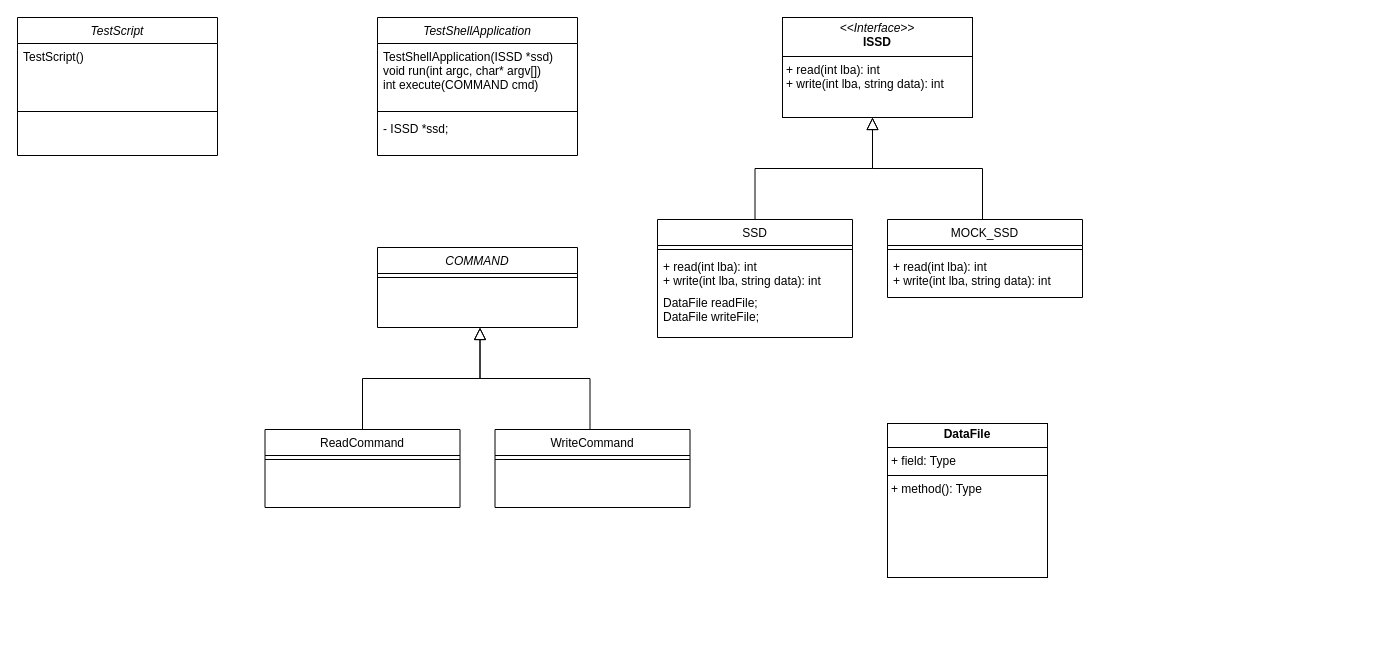
This is SSD_Project.drawio from ihchoi95/ssd_project, a draw.io file, before an edit. Source tidied: cells renumbered, new cells numbered last; positions are measured from the earlier drawing's top-left corner, leaving out a move shared by most shapes. Both pictures are drawn from the tidied source at 100%, with x=0, y=0 at pixel (17, 17).
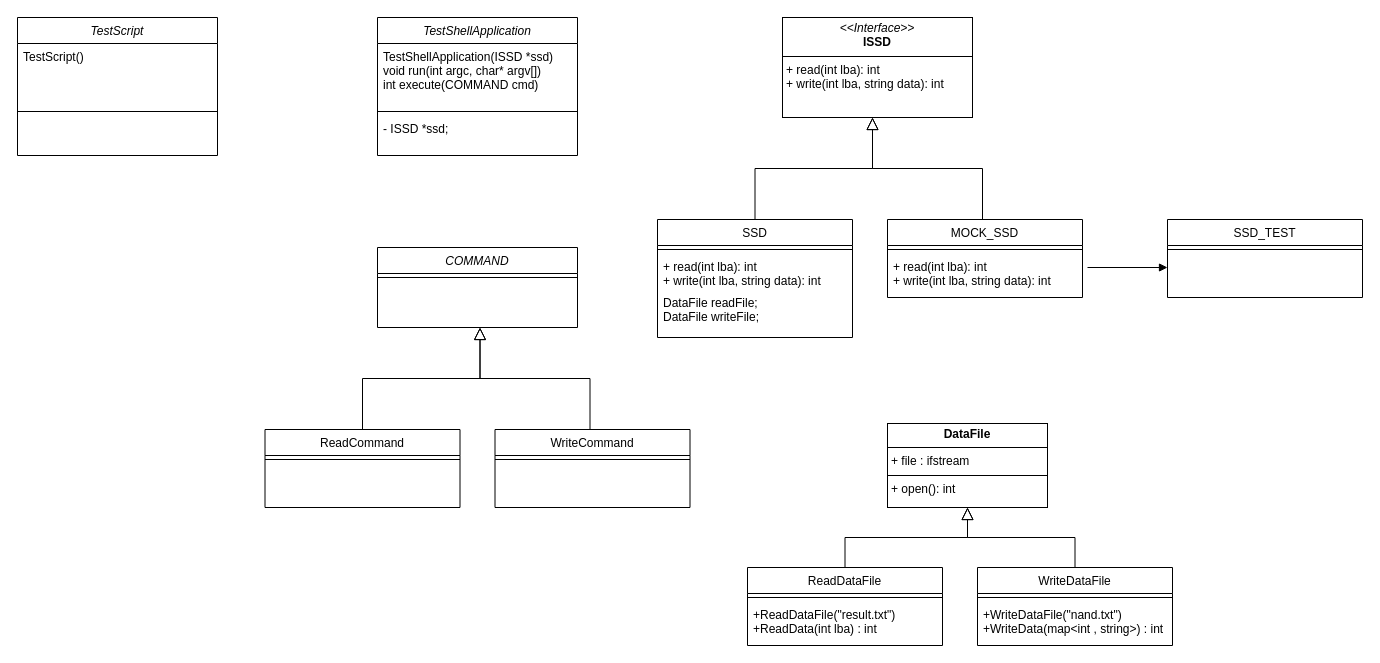
The same diagram, later.

Unchanged cells that the change refers to:
```xml
<mxCell id="9" value="MOCK_SSD" style="swimlane;fontStyle=0;align=center;verticalAlign=top;horizontal=1;startSize=26;rounded=0;shadow=0;strokeWidth=1;" parent="1" vertex="1">
  <mxGeometry x="870" y="202" width="195" height="78" as="geometry" />
</mxCell>
```

Diff of the diagram source:
```diff
@@
+    <mxCell id="28" style="endArrow=block;endFill=1;html=1;edgeStyle=orthogonalEdgeStyle;align=left;verticalAlign=top;rounded=0;" parent="9" edge="1">
+      <mxGeometry x="-1" relative="1" as="geometry">
+        <mxPoint x="200" y="48" as="sourcePoint" />
+        <mxPoint x="280" y="48" as="targetPoint" />
+      </mxGeometry>
+    </mxCell>
@@
-    <mxCell id="27" value="&lt;p style=&quot;margin:0px;margin-top:4px;text-align:center;&quot;&gt;&lt;b&gt;DataFile&lt;/b&gt;&lt;/p&gt;&lt;hr size=&quot;1&quot; style=&quot;border-style:solid;&quot;&gt;&lt;p style=&quot;margin:0px;margin-left:4px;&quot;&gt;+ field: Type&lt;/p&gt;&lt;hr size=&quot;1&quot; style=&quot;border-style:solid;&quot;&gt;&lt;p style=&quot;margin:0px;margin-left:4px;&quot;&gt;+ method(): Type&lt;/p&gt;" style="verticalAlign=top;align=left;overflow=fill;html=1;whiteSpace=wrap;" parent="1" vertex="1">
-      <mxGeometry x="870" y="406" width="160" height="154" as="geometry" />
+    <mxCell id="27" value="&lt;p style=&quot;margin:0px;margin-top:4px;text-align:center;&quot;&gt;&lt;b&gt;DataFile&lt;/b&gt;&lt;/p&gt;&lt;hr size=&quot;1&quot; style=&quot;border-style:solid;&quot;&gt;&lt;p style=&quot;margin:0px;margin-left:4px;&quot;&gt;+ file :&amp;nbsp;ifstream&lt;/p&gt;&lt;hr size=&quot;1&quot; style=&quot;border-style:solid;&quot;&gt;&lt;p style=&quot;margin:0px;margin-left:4px;&quot;&gt;+ open(): int&lt;/p&gt;" style="verticalAlign=top;align=left;overflow=fill;html=1;whiteSpace=wrap;" parent="1" vertex="1">
+      <mxGeometry x="870" y="406" width="160" height="84" as="geometry" />
     </mxCell>
+    <mxCell id="29" value="ReadDataFile" style="swimlane;fontStyle=0;align=center;verticalAlign=top;horizontal=1;startSize=26;rounded=0;shadow=0;strokeWidth=1;" parent="1" vertex="1">
+      <mxGeometry x="730" y="550" width="195" height="78" as="geometry" />
+    </mxCell>
+    <mxCell id="30" style="line;html=1;strokeWidth=1;align=left;verticalAlign=middle;spacingTop=-1;spacingLeft=3;spacingRight=3;labelPosition=right;" parent="29" vertex="1">
+      <mxGeometry y="26" width="195" height="8" as="geometry" />
+    </mxCell>
+    <mxCell id="31" value="+ReadDataFile(&quot;result.txt&quot;)&#10;+ReadData(int lba) : int&#10;" style="text;align=left;verticalAlign=top;spacingLeft=4;spacingRight=4;overflow=hidden;" parent="29" vertex="1">
+      <mxGeometry y="34" width="195" height="36" as="geometry" />
+    </mxCell>
+    <mxCell id="32" value="WriteDataFile" style="swimlane;fontStyle=0;align=center;verticalAlign=top;horizontal=1;startSize=26;rounded=0;shadow=0;strokeWidth=1;" parent="1" vertex="1">
+      <mxGeometry x="960" y="550" width="195" height="78" as="geometry" />
+    </mxCell>
+    <mxCell id="33" style="line;html=1;strokeWidth=1;align=left;verticalAlign=middle;spacingTop=-1;spacingLeft=3;spacingRight=3;labelPosition=right;" parent="32" vertex="1">
+      <mxGeometry y="26" width="195" height="8" as="geometry" />
+    </mxCell>
+    <mxCell id="34" value="+WriteDataFile(&quot;nand.txt&quot;)&#10;+WriteData(map&lt;int , string&gt;) : int" style="text;align=left;verticalAlign=top;spacingLeft=4;spacingRight=4;overflow=hidden;" parent="32" vertex="1">
+      <mxGeometry y="34" width="195" height="36" as="geometry" />
+    </mxCell>
+    <mxCell id="35" style="endArrow=block;endSize=10;endFill=0;shadow=0;strokeWidth=1;rounded=0;curved=0;edgeStyle=elbowEdgeStyle;elbow=vertical;entryX=0.5;entryY=1;entryDx=0;entryDy=0;exitX=0.5;exitY=0;exitDx=0;exitDy=0;" parent="1" edge="1" source="29" target="27">
+      <mxGeometry relative="1" as="geometry" />
+    </mxCell>
+    <mxCell id="36" style="endArrow=block;endSize=10;endFill=0;shadow=0;strokeWidth=1;rounded=0;curved=0;edgeStyle=elbowEdgeStyle;elbow=vertical;exitX=0.5;exitY=0;exitDx=0;exitDy=0;" parent="1" edge="1" source="32">
+      <mxGeometry relative="1" as="geometry">
+        <mxPoint x="950" y="490" as="targetPoint" />
+      </mxGeometry>
+    </mxCell>
+    <mxCell id="37" value="SSD_TEST" style="swimlane;fontStyle=0;align=center;verticalAlign=top;horizontal=1;startSize=26;rounded=0;shadow=0;strokeWidth=1;" parent="1" vertex="1">
+      <mxGeometry x="1150" y="202" width="195" height="78" as="geometry" />
+    </mxCell>
+    <mxCell id="38" style="line;html=1;strokeWidth=1;align=left;verticalAlign=middle;spacingTop=-1;spacingLeft=3;spacingRight=3;labelPosition=right;" parent="37" vertex="1">
+      <mxGeometry y="26" width="195" height="8" as="geometry" />
+    </mxCell>
```
